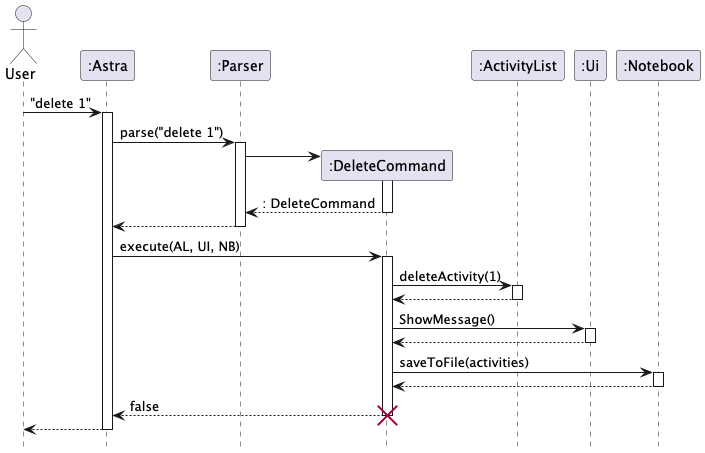
This is docs/images/DeleteCommand_sequence.png from Kennahh/tp, a PlantUML export, as it was before one commit.
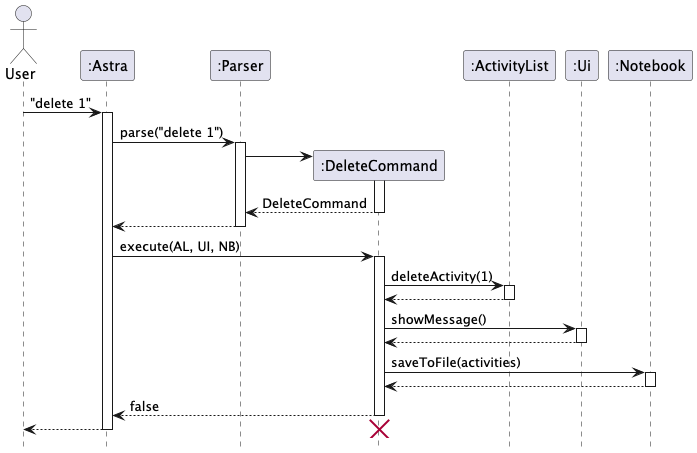
After the commit.

Diff of the diagram source:
```diff
@@ -16,7 +16,7 @@
 create DeleteCommand
 Parser -> DeleteCommand
 activate DeleteCommand
-return : DeleteCommand
+return DeleteCommand
 return
 deactivate Parser
 
@@ -25,7 +25,7 @@
 DeleteCommand -> ActivityList : deleteActivity(1)
 activate ActivityList
 return
-DeleteCommand -> Ui : ShowMessage()
+DeleteCommand -> Ui : showMessage()
 activate Ui
 return
 
@@ -34,8 +34,8 @@
 return
 return false
 deactivate DeleteCommand
+Astra --> User
 destroy DeleteCommand
-Astra --> User
 deactivate Astra
 
 
```
